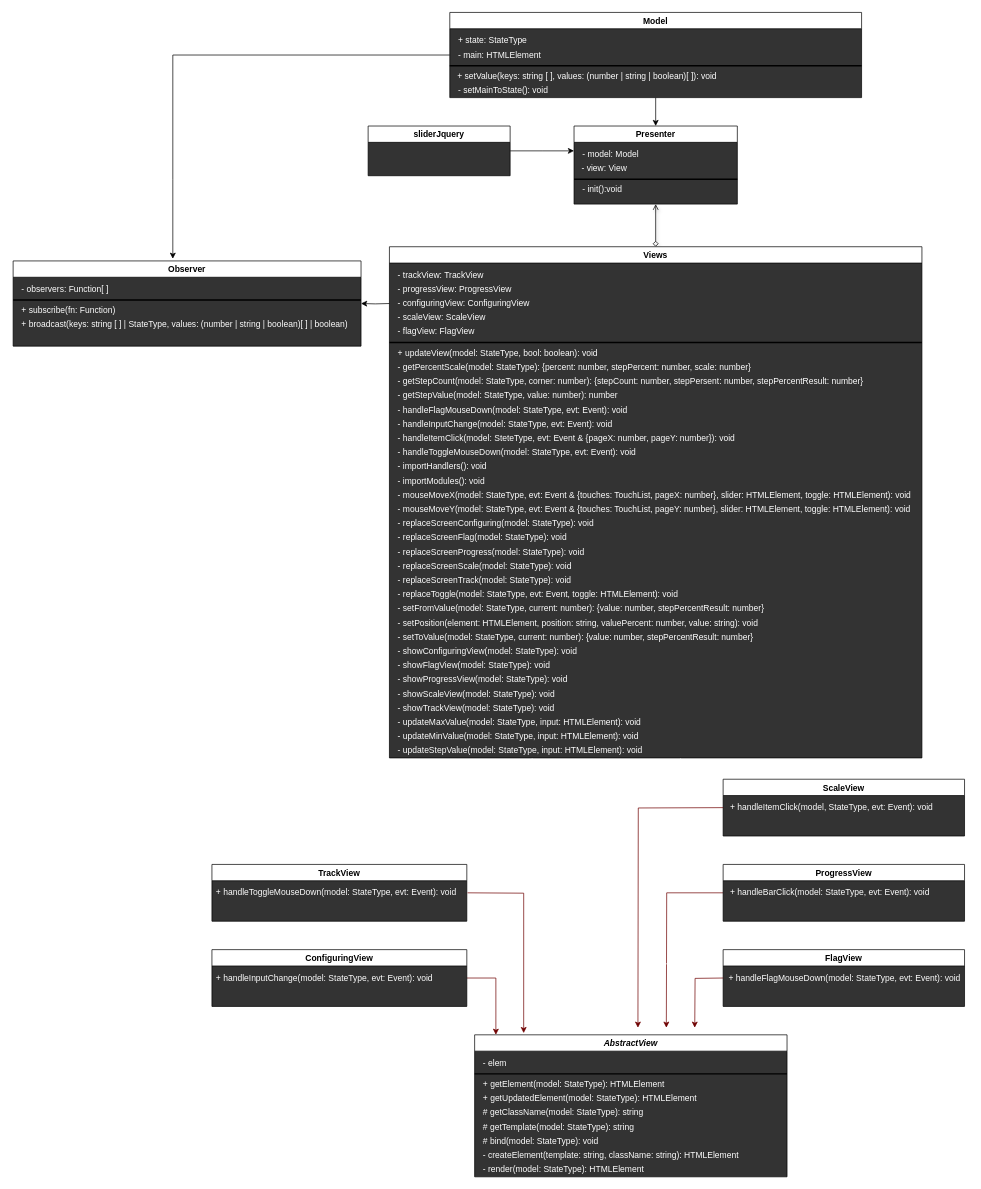
The draw.io diagram UML.drawio in webproject67/Slider, before the edit. Source tidied: cells renumbered, new cells numbered last; positions are measured from the earlier drawing's top-left corner, leaving out a move shared by most shapes. Both pictures are drawn from the tidied source at 71%, with x=0, y=0 at pixel (13, 12).
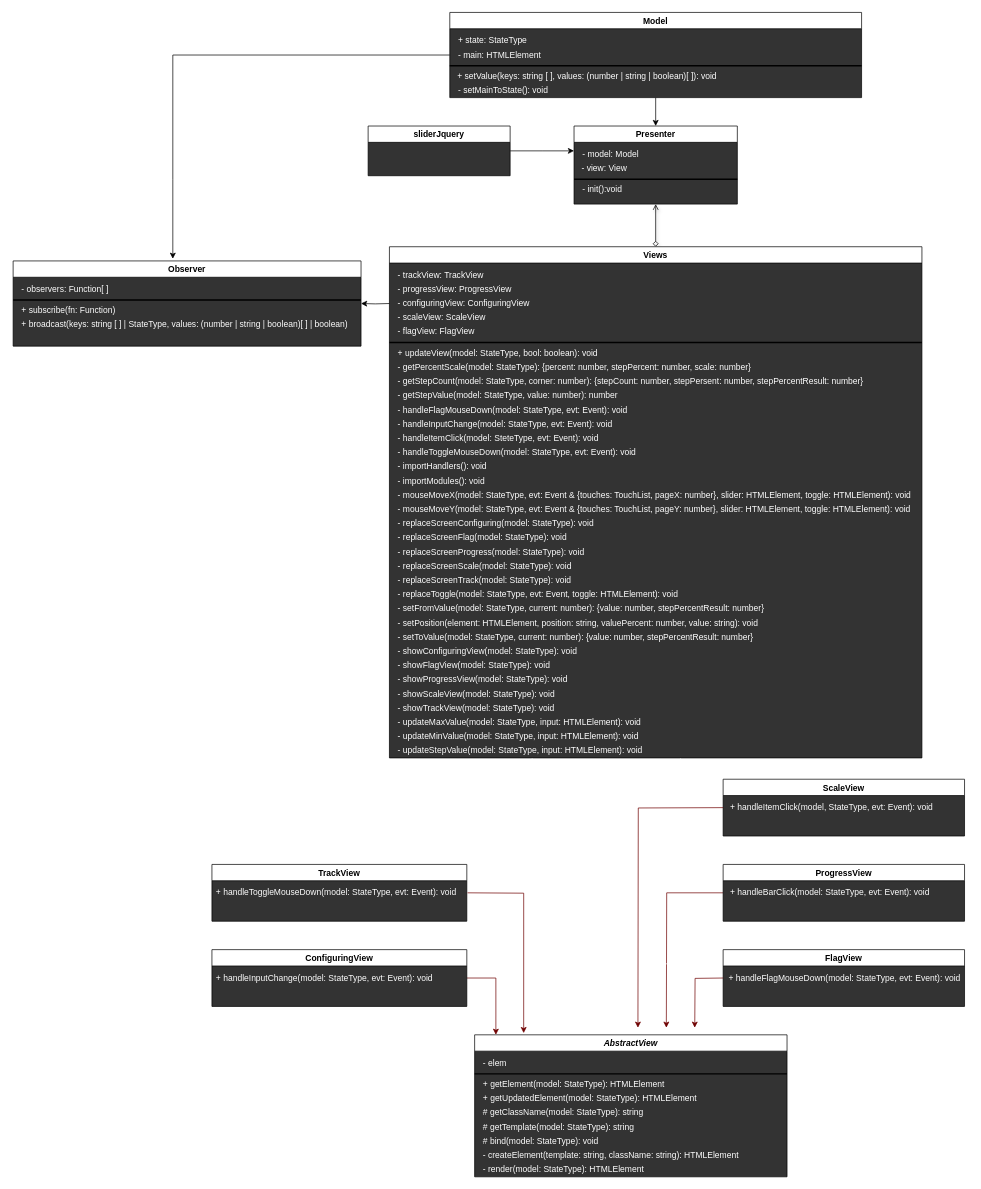
The same page after the edit.

Unchanged cells that the change refers to:
```xml
<mxCell id="22" value="Views" style="swimlane;swimlaneFillColor=#333333;" parent="1" vertex="1">
  <mxGeometry x="530" y="330" width="750" height="720" as="geometry" />
</mxCell>
```

Change to the diagram source:
```diff
@@
-    <mxCell id="34" value="&lt;div style=&quot;line-height: 19px&quot;&gt;&lt;font style=&quot;font-size: 12px&quot; color=&quot;#ffffff&quot;&gt;- handleItemClick(model: SteteType, evt: Event &amp;amp; {pageX: number, pageY: number&lt;/font&gt;&lt;span style=&quot;color: rgb(255 , 255 , 255)&quot;&gt;}): void&lt;/span&gt;&lt;/div&gt;" style="text;html=1;align=left;verticalAlign=middle;" parent="22" vertex="1">
-      <mxGeometry x="10" y="260" width="490" height="20" as="geometry" />
+    <mxCell id="34" value="&lt;div style=&quot;line-height: 19px&quot;&gt;&lt;font style=&quot;font-size: 12px&quot; color=&quot;#ffffff&quot;&gt;- handleItemClick(model: SteteType, evt: Event&lt;/font&gt;&lt;span style=&quot;color: rgb(255 , 255 , 255)&quot;&gt;): void&lt;/span&gt;&lt;/div&gt;" style="text;html=1;align=left;verticalAlign=middle;" parent="22" vertex="1">
+      <mxGeometry x="10" y="260" width="300" height="20" as="geometry" />
     </mxCell>
```
